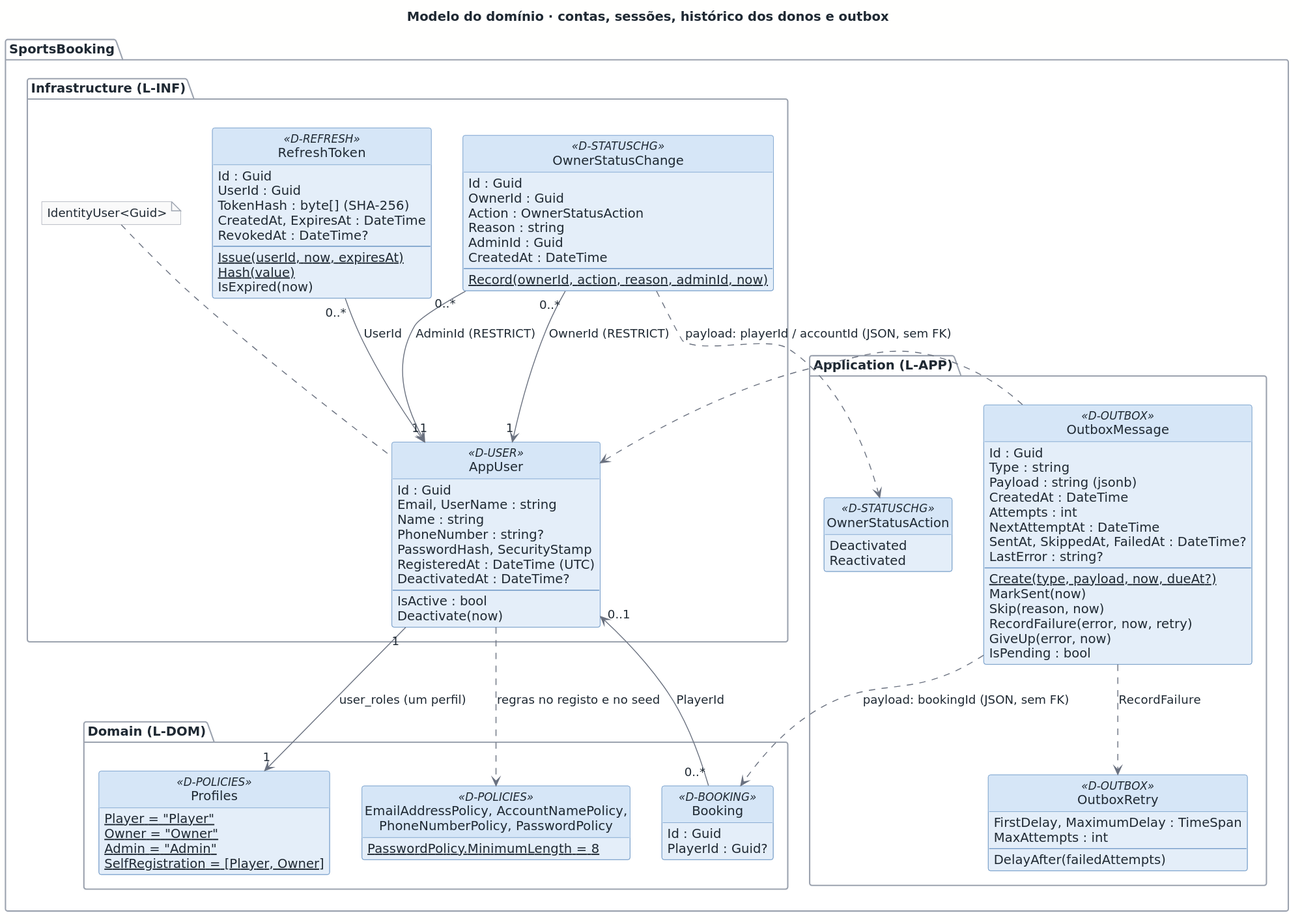
Before: docs/architecture/out/logical-domain-accounts.svg, a diagram exported from PlantUML (rodrigo4sousa/SportsEstablishments). Source of this version:
```plantuml
@startuml
!include ../style.puml
title Modelo do domínio · contas, sessões, histórico dos donos e outbox

hide empty members

package "SportsBooking.Domain (L-DOM)" {
  class Profiles <<D-POLICIES>> {
    {static} Player = "Player"
    {static} Owner = "Owner"
    {static} Admin = "Admin"
    {static} SelfRegistration = [Player, Owner]
  }
  class "EmailAddressPolicy, AccountNamePolicy,\nPhoneNumberPolicy, PasswordPolicy" as Policies <<D-POLICIES>> {
    {static} PasswordPolicy.MinimumLength = 8
  }
  class Booking <<D-BOOKING>> {
    Id : Guid
    PlayerId : Guid?
  }
}

package "SportsBooking.Infrastructure (L-INF)" {
  class AppUser <<D-USER>> {
    Id : Guid
    Email, UserName : string
    Name : string
    PhoneNumber : string?
    PasswordHash, SecurityStamp
    RegisteredAt : DateTime (UTC)
    DeactivatedAt : DateTime?
    --
    IsActive : bool
    Deactivate(now)
  }
  note top of AppUser : IdentityUser<Guid>

  class RefreshToken <<D-REFRESH>> {
    Id : Guid
    UserId : Guid
    TokenHash : byte[] (SHA-256)
    CreatedAt, ExpiresAt : DateTime
    RevokedAt : DateTime?
    --
    {static} Issue(userId, now, expiresAt)
    {static} Hash(value)
    IsExpired(now)
  }

  class OwnerStatusChange <<D-STATUSCHG>> {
    Id : Guid
    OwnerId : Guid
    Action : OwnerStatusAction
    Reason : string
    AdminId : Guid
    CreatedAt : DateTime
    --
    {static} Record(ownerId, action, reason, adminId, now)
  }
}

package "SportsBooking.Application (L-APP)" {
  enum OwnerStatusAction <<D-STATUSCHG>> {
    Deactivated
    Reactivated
  }

  class OutboxMessage <<D-OUTBOX>> {
    Id : Guid
    Type : string
    Payload : string (jsonb)
    CreatedAt : DateTime
    Attempts : int
    NextAttemptAt : DateTime
    SentAt, SkippedAt, FailedAt : DateTime?
    LastError : string?
    --
    {static} Create(type, payload, now, dueAt?)
    MarkSent(now)
    Skip(reason, now)
    RecordFailure(error, now, retry)
    GiveUp(error, now)
    IsPending : bool
  }

  class OutboxRetry <<D-OUTBOX>> {
    FirstDelay, MaximumDelay : TimeSpan
    MaxAttempts : int
    --
    DelayAfter(failedAttempts)
  }
}

AppUser "1" --> "1" Profiles : user_roles (um perfil)
AppUser ..> Policies : regras no registo e no seed
RefreshToken "0..*" --> "1" AppUser : UserId
OwnerStatusChange "0..*" --> "1" AppUser : OwnerId (RESTRICT)
OwnerStatusChange "0..*" --> "1" AppUser : AdminId (RESTRICT)
OwnerStatusChange ..> OwnerStatusAction
Booking "0..*" --> "0..1" AppUser : PlayerId
OutboxMessage ..> OutboxRetry : RecordFailure
OutboxMessage ..> Booking : payload: bookingId (JSON, sem FK)
OutboxMessage ..> AppUser : payload: playerId / accountId (JSON, sem FK)
@enduml
```
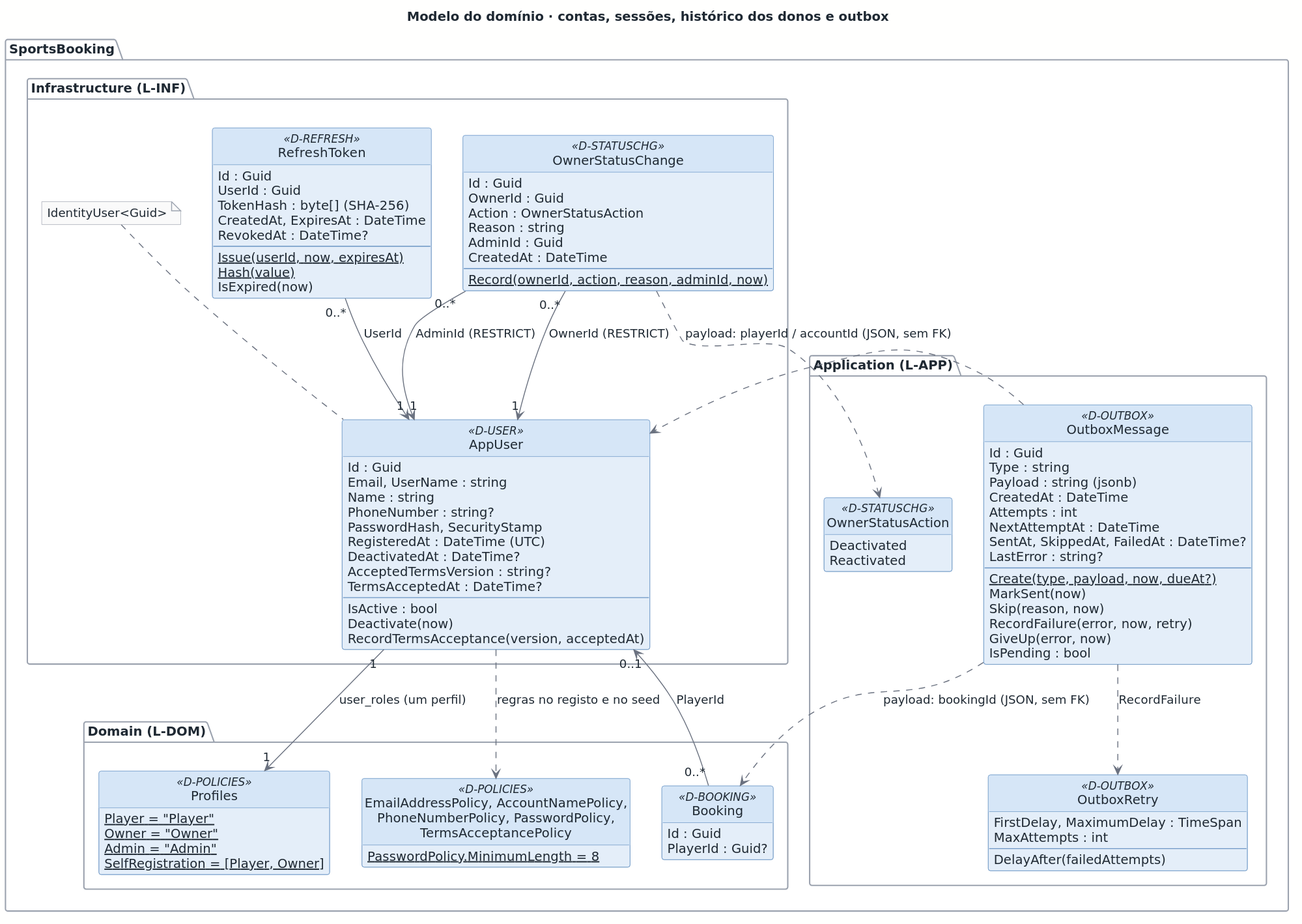
Later version of the same file.

Diff of the diagram source:
```diff
@@ -11,7 +11,7 @@
     {static} Admin = "Admin"
     {static} SelfRegistration = [Player, Owner]
   }
-  class "EmailAddressPolicy, AccountNamePolicy,\nPhoneNumberPolicy, PasswordPolicy" as Policies <<D-POLICIES>> {
+  class "EmailAddressPolicy, AccountNamePolicy,\nPhoneNumberPolicy, PasswordPolicy,\nTermsAcceptancePolicy" as Policies <<D-POLICIES>> {
     {static} PasswordPolicy.MinimumLength = 8
   }
   class Booking <<D-BOOKING>> {
@@ -29,9 +29,12 @@
     PasswordHash, SecurityStamp
     RegisteredAt : DateTime (UTC)
     DeactivatedAt : DateTime?
+    AcceptedTermsVersion : string?
+    TermsAcceptedAt : DateTime?
     --
     IsActive : bool
     Deactivate(now)
+    RecordTermsAcceptance(version, acceptedAt)
   }
   note top of AppUser : IdentityUser<Guid>
 
```
